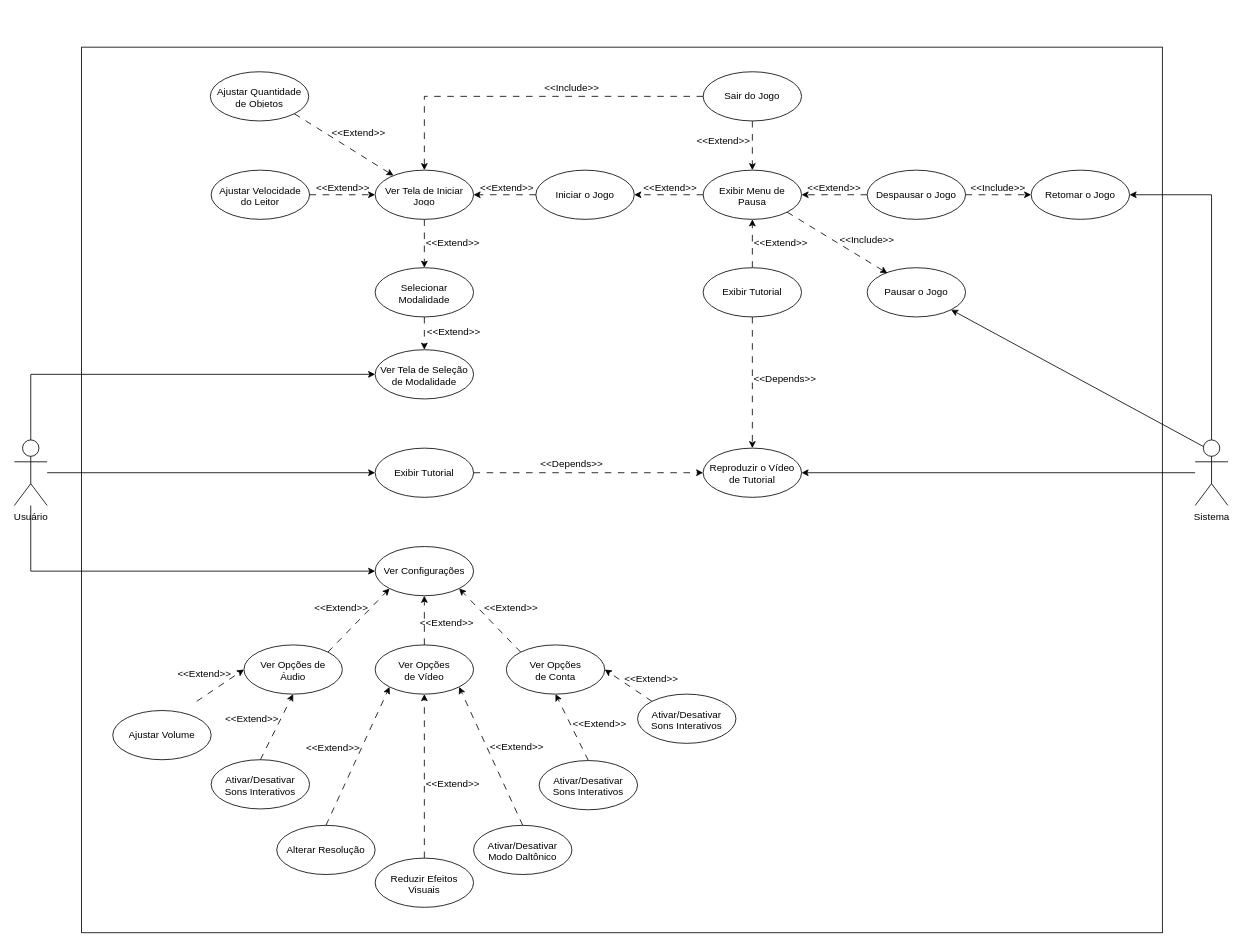
RaphaelYoshiki/TCC-Jogo-Auxilio-Dislexia keeps this draw.io diagram as Diagrama de Casos de Uso Versão 2.drawio. Above is the earlier version. Source tidied: cells renumbered, new cells numbered last; positions are measured from the earlier drawing's top-left corner, leaving out a move shared by most shapes. Both pictures are drawn from the tidied source at 82%, with x=0, y=0 at pixel (14, 47).
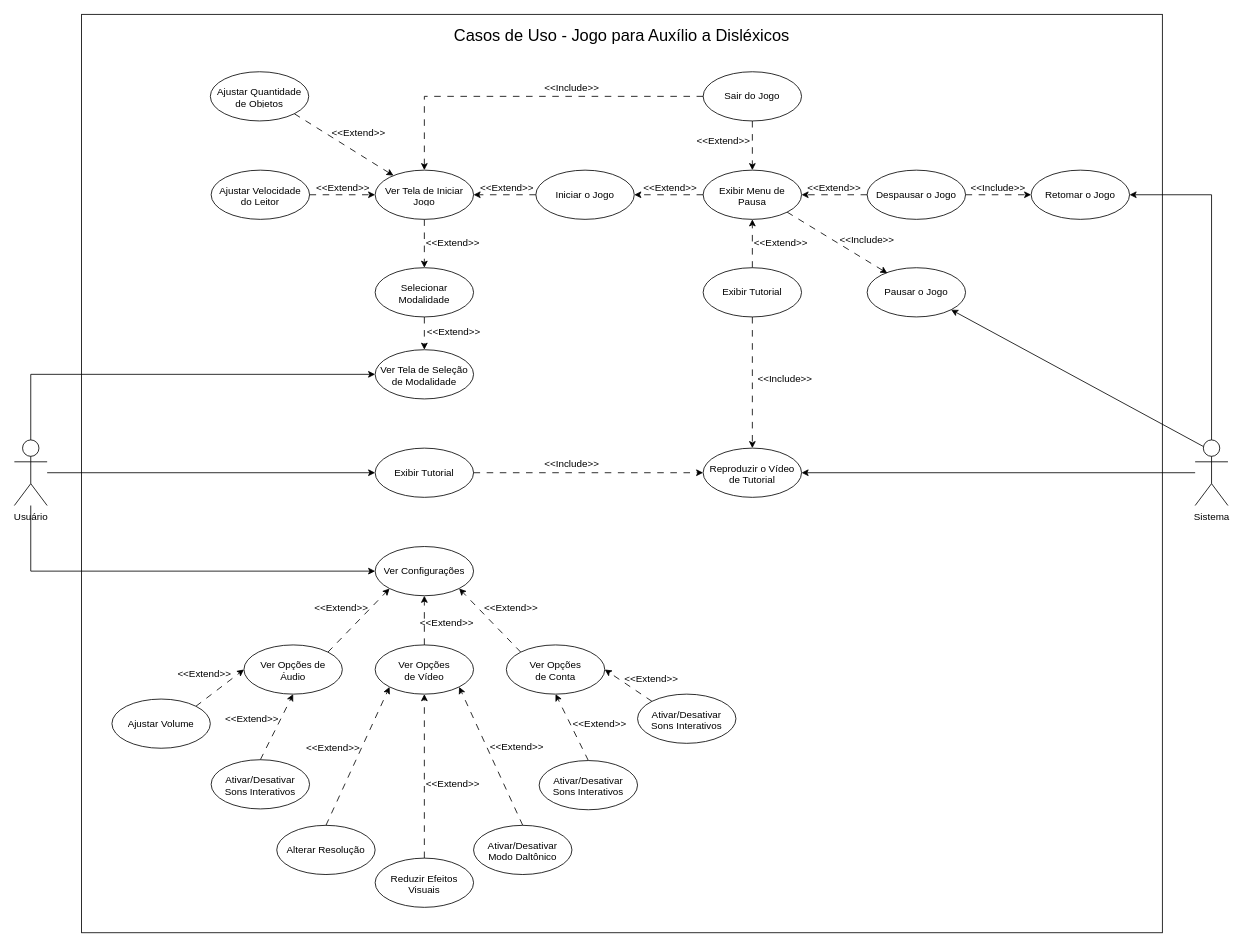
The same page after the edit.

Unchanged cells that the change refers to:
```xml
<mxCell id="24" value="Ver Opções de Áudio" style="text;strokeColor=none;fillColor=none;align=center;verticalAlign=middle;spacingLeft=4;spacingRight=4;overflow=hidden;points=[[0,0.5],[1,0.5]];portConstraint=eastwest;whiteSpace=wrap;html=1;" parent="1" vertex="1">
  <mxGeometry x="280" y="744" width="120" height="30" as="geometry" />
</mxCell>
```

Change to the diagram source:
```diff
@@
     <mxCell id="2" style="rounded=0;whiteSpace=wrap;html=1;fillColor=none;" parent="1" vertex="1">
-      <mxGeometry x="82" width="1318" height="1080" as="geometry" />
+      <mxGeometry x="82" y="-40" width="1318" height="1120" as="geometry" />
     </mxCell>
@@
-    <mxCell id="23" style="rounded=0;jettySize=auto;html=1;exitX=1;exitY=0;exitDx=0;exitDy=0;dashed=1;dashPattern=8 8;entryX=0;entryY=0.5;entryDx=0;entryDy=0;" parent="1" edge="1" target="24">
-      <mxGeometry relative="1" as="geometry">
-        <mxPoint x="222.4" y="797.8" as="sourcePoint" />
-      </mxGeometry>
+    <mxCell id="23" style="rounded=0;jettySize=auto;html=1;exitX=1;exitY=0;exitDx=0;exitDy=0;dashed=1;dashPattern=8 8;entryX=0;entryY=0.5;entryDx=0;entryDy=0;" parent="1" edge="1" source="28" target="24">
+      <mxGeometry relative="1" as="geometry" />
     </mxCell>
@@
     <mxCell id="28" style="ellipse;whiteSpace=wrap;html=1;" parent="1" vertex="1">
-      <mxGeometry x="120" y="809" width="120" height="60" as="geometry" />
+      <mxGeometry x="119" y="795" width="120" height="60" as="geometry" />
     </mxCell>
     <mxCell id="29" value="Ajustar Volume" style="text;strokeColor=none;fillColor=none;align=center;verticalAlign=middle;spacingLeft=4;spacingRight=4;overflow=hidden;whiteSpace=wrap;html=1;" parent="1" vertex="1">
-      <mxGeometry x="120" y="824" width="120" height="30" as="geometry" />
+      <mxGeometry x="119" y="810" width="120" height="30" as="geometry" />
     </mxCell>
@@
-    <mxCell id="60" value="&amp;lt;&amp;lt;Depends&amp;gt;&amp;gt;" style="text;html=1;align=center;verticalAlign=middle;whiteSpace=wrap;rounded=0;direction=east;rotation=0;" parent="1" vertex="1">
+    <mxCell id="60" value="&amp;lt;&amp;lt;Include&amp;gt;&amp;gt;" style="text;html=1;align=center;verticalAlign=middle;whiteSpace=wrap;rounded=0;direction=east;rotation=0;" parent="1" vertex="1">
       <mxGeometry x="650" y="494" width="60" height="30" as="geometry" />
     </mxCell>
@@
-    <mxCell id="91" value="&amp;lt;&amp;lt;Depends&amp;gt;&amp;gt;" style="text;html=1;align=center;verticalAlign=middle;whiteSpace=wrap;rounded=0;direction=east;rotation=0;" parent="1" vertex="1">
+    <mxCell id="91" value="&amp;lt;&amp;lt;Include&amp;gt;&amp;gt;" style="text;html=1;align=center;verticalAlign=middle;whiteSpace=wrap;rounded=0;direction=east;rotation=0;" parent="1" vertex="1">
       <mxGeometry x="910" y="390" width="60" height="30" as="geometry" />
     </mxCell>
@@
+    <mxCell id="109" value="&lt;font style=&quot;font-size: 20px;&quot;&gt;Casos de Uso - Jogo para Auxílio a Disléxicos&lt;/font&gt;" style="text;html=1;align=center;verticalAlign=middle;whiteSpace=wrap;rounded=0;" parent="1" vertex="1">
+      <mxGeometry x="501" y="-30" width="480" height="30" as="geometry" />
+    </mxCell>
```
